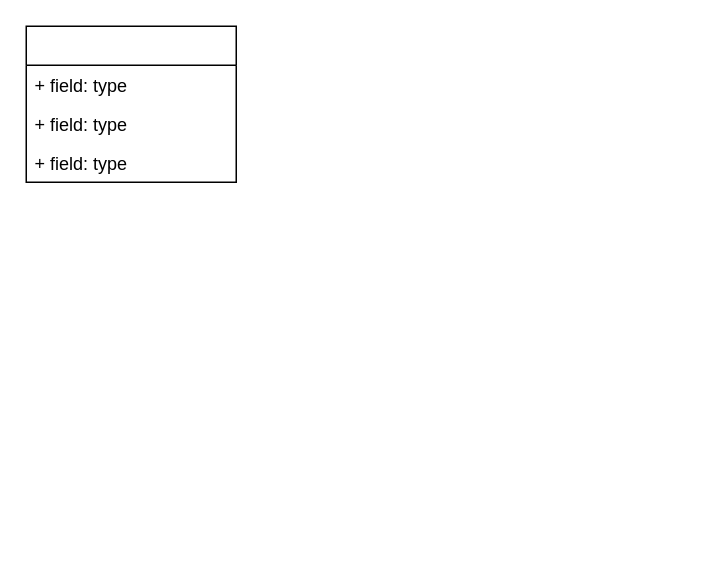
Before: ius_project_1.drawio in stofife/IUS, a draw.io diagram. Source tidied: cells renumbered, new cells numbered last; positions are measured from the earlier drawing's top-left corner, leaving out a move shared by most shapes. Both pictures are drawn from the tidied source at 150%, with x=0, y=0 at pixel (26, 26).
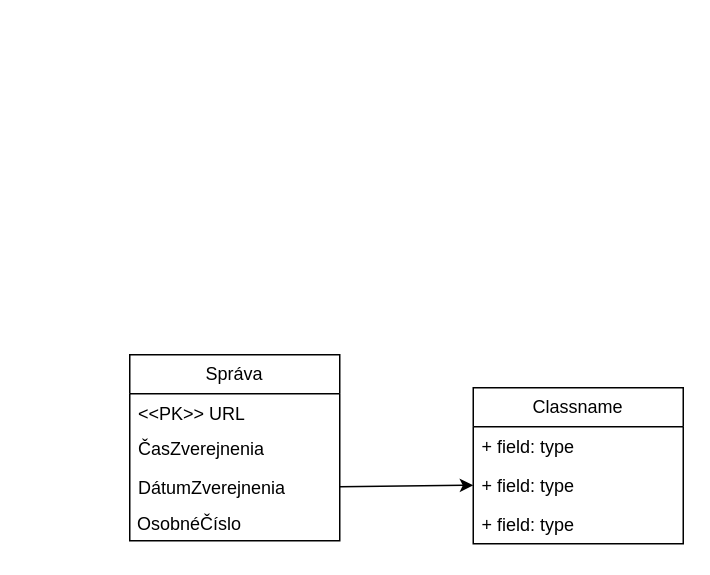
The same diagram, later.

Diff of the diagram source:
```diff
@@
 <mxGraphModel>
   <root>
     <mxCell id="0" />
     <mxCell id="1" parent="0" />
-    <mxCell id="2" style="swimlane;fontStyle=0;horizontal=1;startSize=26;fillColor=none;whiteSpace=wrap;html=1;" parent="1" vertex="1">
-      <mxGeometry width="140" height="104" as="geometry" />
-    </mxCell>
+    <mxCell id="6" value="Správa" style="swimlane;fontStyle=0;horizontal=1;startSize=26;fillColor=none;whiteSpace=wrap;html=1;" parent="1" vertex="1">
+      <mxGeometry x="69" y="219" width="140" height="124" as="geometry" />
+    </mxCell>
+    <mxCell id="7" value="&amp;lt;&amp;lt;PK&amp;gt;&amp;gt; URL" style="text;strokeColor=none;fillColor=none;align=left;verticalAlign=top;spacingLeft=4;spacingRight=4;overflow=hidden;whiteSpace=wrap;html=1;" parent="6" vertex="1">
+      <mxGeometry y="26" width="140" height="23" as="geometry" />
+    </mxCell>
+    <mxCell id="8" value="ČasZverejnenia" style="text;strokeColor=none;fillColor=none;align=left;verticalAlign=top;spacingLeft=4;spacingRight=4;overflow=hidden;whiteSpace=wrap;html=1;" parent="6" vertex="1">
+      <mxGeometry y="49" width="140" height="26" as="geometry" />
+    </mxCell>
+    <mxCell id="9" value="DátumZverejnenia" style="text;strokeColor=none;fillColor=none;align=left;verticalAlign=top;spacingLeft=4;spacingRight=4;overflow=hidden;points=[[0,0.5],[1,0.5]];portConstraint=eastwest;whiteSpace=wrap;html=1;" parent="6" vertex="1">
+      <mxGeometry y="75" width="140" height="26" as="geometry" />
+    </mxCell>
+    <mxCell id="10" value="&amp;nbsp;OsobnéČíslo" style="text;strokeColor=none;align=left;fillColor=none;html=1;verticalAlign=middle;whiteSpace=wrap;rounded=0;" parent="6" vertex="1">
+      <mxGeometry y="101" width="140" height="23" as="geometry" />
+    </mxCell>
+    <mxCell id="11" style="edgeStyle=none;jettySize=auto;html=1;rounded=0;exitX=1;exitY=0.5;exitDx=0;exitDy=0;entryX=0;entryY=0.5;entryDx=0;entryDy=0;" parent="1" edge="1" source="9" target="4">
+      <mxGeometry relative="1" as="geometry" />
+    </mxCell>
+    <mxCell id="12" value="Classname" style="swimlane;fontStyle=0;horizontal=1;startSize=26;fillColor=none;whiteSpace=wrap;html=1;" parent="1" vertex="1">
+      <mxGeometry x="298" y="241" width="140" height="104" as="geometry" />
+    </mxCell>
-    <mxCell id="3" value="+ field: type" style="text;strokeColor=none;fillColor=none;align=left;verticalAlign=top;spacingLeft=4;spacingRight=4;overflow=hidden;whiteSpace=wrap;html=1;" parent="2" vertex="1">
+    <mxCell id="3" value="+ field: type" style="text;strokeColor=none;fillColor=none;align=left;verticalAlign=top;spacingLeft=4;spacingRight=4;overflow=hidden;whiteSpace=wrap;html=1;" parent="12" vertex="1">
       <mxGeometry y="26" width="140" height="26" as="geometry" />
     </mxCell>
-    <mxCell id="4" value="+ field: type" style="text;strokeColor=none;fillColor=none;align=left;verticalAlign=top;spacingLeft=4;spacingRight=4;overflow=hidden;points=[[0,0.5],[1,0.5]];portConstraint=eastwest;whiteSpace=wrap;html=1;" parent="2" vertex="1">
+    <mxCell id="4" value="+ field: type" style="text;strokeColor=none;fillColor=none;align=left;verticalAlign=top;spacingLeft=4;spacingRight=4;overflow=hidden;points=[[0,0.5],[1,0.5]];portConstraint=eastwest;whiteSpace=wrap;html=1;" parent="12" vertex="1">
       <mxGeometry y="52" width="140" height="26" as="geometry" />
     </mxCell>
-    <mxCell id="5" value="+ field: type" style="text;strokeColor=none;fillColor=none;align=left;verticalAlign=top;spacingLeft=4;spacingRight=4;overflow=hidden;whiteSpace=wrap;html=1;" parent="2" vertex="1">
+    <mxCell id="5" value="+ field: type" style="text;strokeColor=none;fillColor=none;align=left;verticalAlign=top;spacingLeft=4;spacingRight=4;overflow=hidden;whiteSpace=wrap;html=1;" parent="12" vertex="1">
       <mxGeometry y="78" width="140" height="26" as="geometry" />
     </mxCell>
   </root>
 </mxGraphModel>
```
